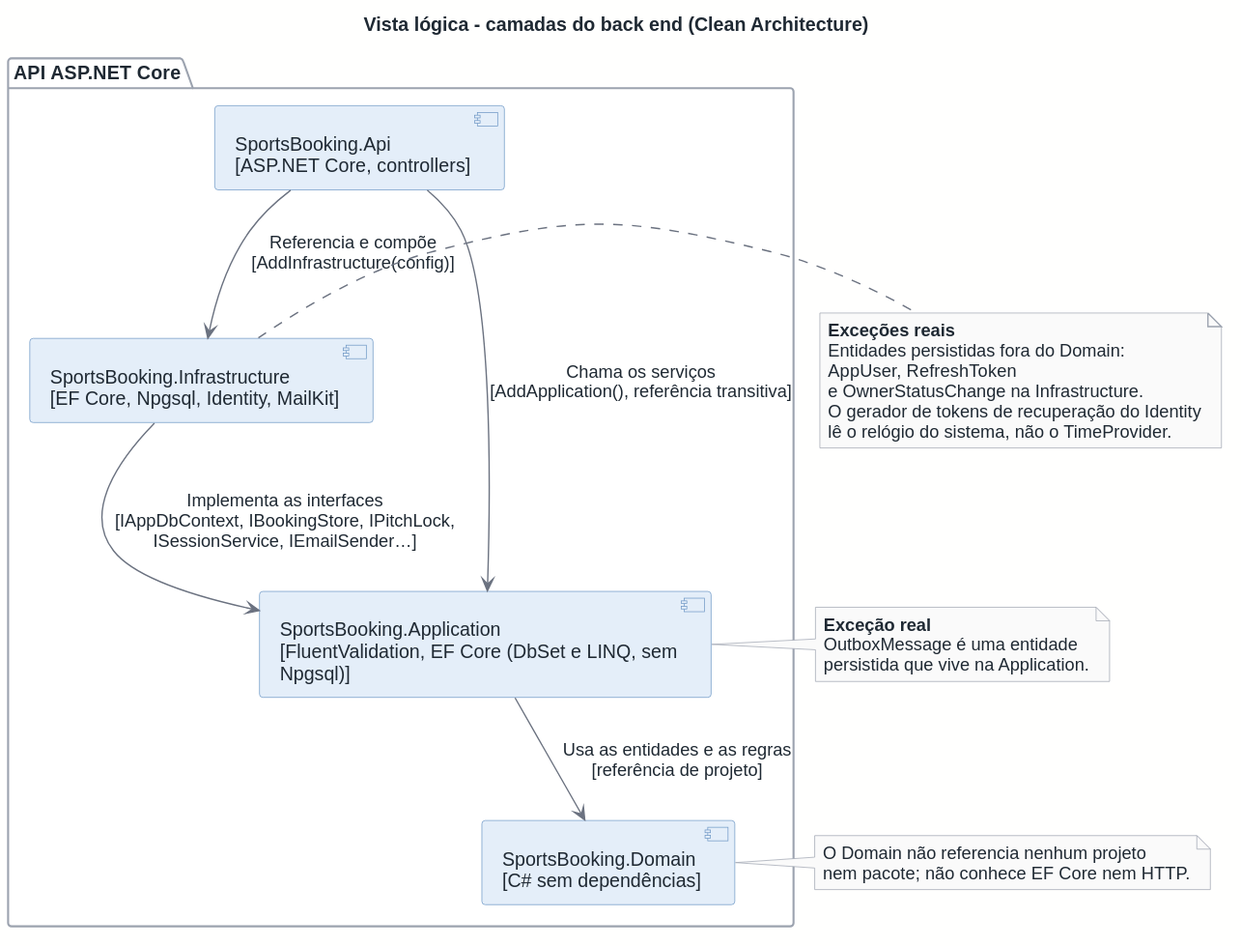
Above: docs/architecture/out/logical-layers.svg in rodrigo4sousa/SportsEstablishments (PlantUML), before the change.
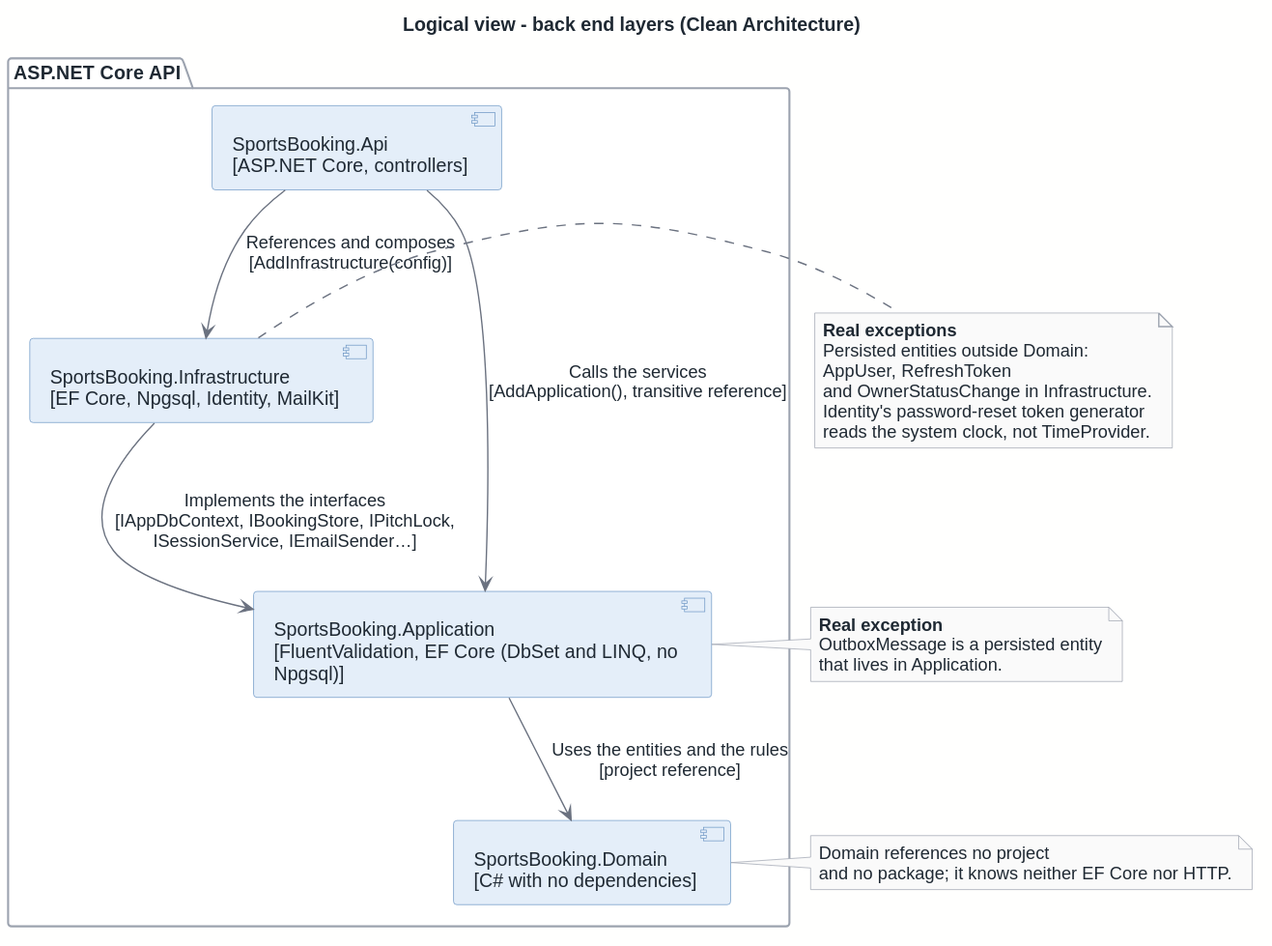
Later version of the same file.

Diff of the diagram source:
```diff
@@ -1,38 +1,38 @@
 @startuml
 !include ../style.puml
 
-title Vista lógica - camadas do back end (Clean Architecture)
+title Logical view - back end layers (Clean Architecture)
 
 
-package "API ASP.NET Core" as C_API {
+package "ASP.NET Core API" as C_API {
   component "SportsBooking.Api\n[ASP.NET Core, controllers]" as L_API
   component "SportsBooking.Infrastructure\n[EF Core, Npgsql, Identity, MailKit]" as L_INF
-  component "SportsBooking.Application\n[FluentValidation, EF Core (DbSet e LINQ, sem\nNpgsql)]" as L_APP
-  component "SportsBooking.Domain\n[C# sem dependências]" as L_DOM
+  component "SportsBooking.Application\n[FluentValidation, EF Core (DbSet and LINQ, no\nNpgsql)]" as L_APP
+  component "SportsBooking.Domain\n[C# with no dependencies]" as L_DOM
 }
 
-L_API --> L_INF : Referencia e compõe\n[AddInfrastructure(config)]
-L_API --> L_APP : Chama os serviços\n[AddApplication(), referência transitiva]
-L_INF --> L_APP : Implementa as interfaces\n[IAppDbContext, IBookingStore, IPitchLock,\nISessionService, IEmailSender…]
-L_APP --> L_DOM : Usa as entidades e as regras\n[referência de projeto]
+L_API --> L_INF : References and composes\n[AddInfrastructure(config)]
+L_API --> L_APP : Calls the services\n[AddApplication(), transitive reference]
+L_INF --> L_APP : Implements the interfaces\n[IAppDbContext, IBookingStore, IPitchLock,\nISessionService, IEmailSender…]
+L_APP --> L_DOM : Uses the entities and the rules\n[project reference]
 
 note right of L_INF
-  **Exceções reais**
-  Entidades persistidas fora do Domain:
+  **Real exceptions**
+  Persisted entities outside Domain:
   AppUser, RefreshToken
-  e OwnerStatusChange na Infrastructure.
-  O gerador de tokens de recuperação do Identity
-  lê o relógio do sistema, não o TimeProvider.
+  and OwnerStatusChange in Infrastructure.
+  Identity's password-reset token generator
+  reads the system clock, not TimeProvider.
 end note
 
 note right of L_APP
-  **Exceção real**
-  OutboxMessage é uma entidade
-  persistida que vive na Application.
+  **Real exception**
+  OutboxMessage is a persisted entity
+  that lives in Application.
 end note
 
 note right of L_DOM
-  O Domain não referencia nenhum projeto
-  nem pacote; não conhece EF Core nem HTTP.
+  Domain references no project
+  and no package; it knows neither EF Core nor HTTP.
 end note
 @enduml
```
